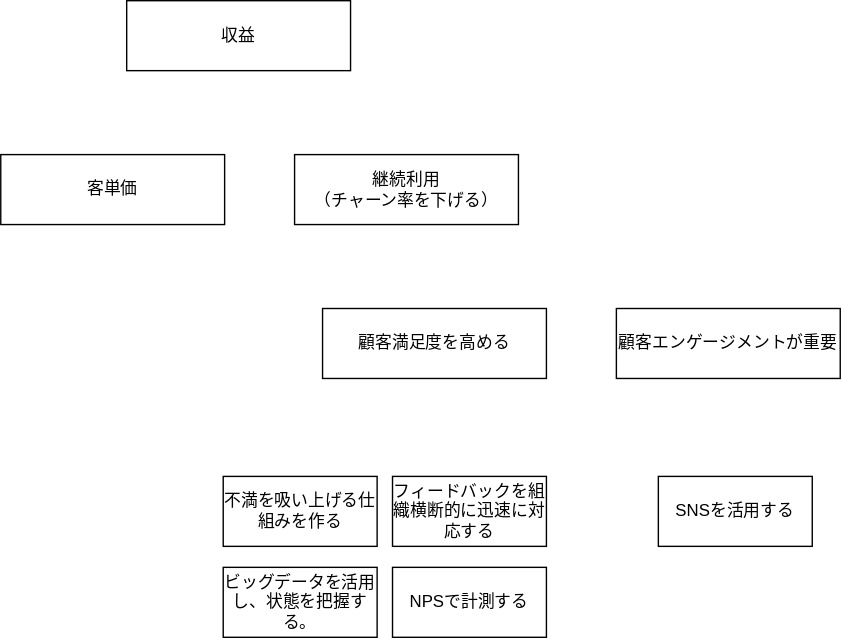
This is marketing/subscriptions/assets/subscription-key-point.drawio.svg from szkrkr/notebook, a draw.io export, as it was before one commit. Source tidied: cells renumbered, new cells last; positions are measured from the earlier drawing's top-left corner, leaving out a move shared by most shapes.
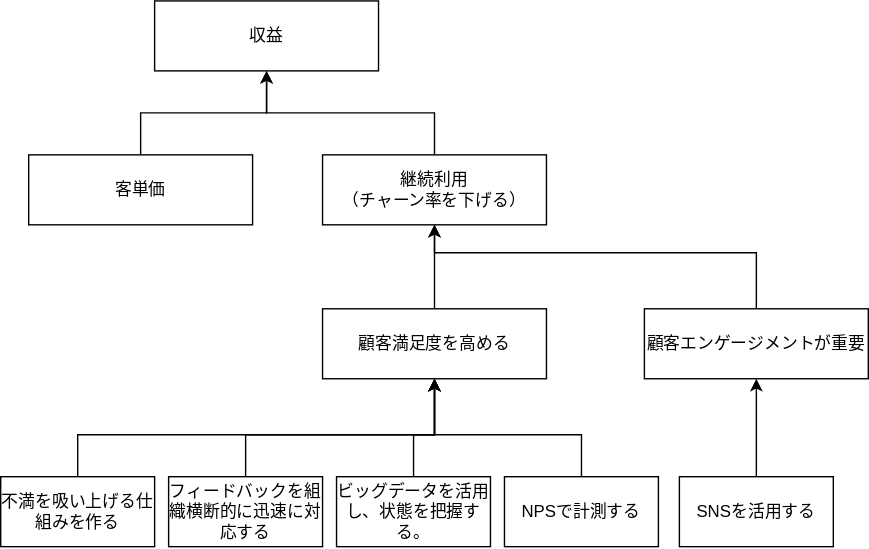
After the change.

Diff of the diagram source:
```diff
@@ -2,33 +2,85 @@
   <root>
     <mxCell id="0" />
     <mxCell id="1" parent="0" />
+    <mxCell id="12" style="edgeStyle=orthogonalEdgeStyle;rounded=0;jettySize=auto;html=1;entryX=0.5;entryY=1;entryDx=0;entryDy=0;" parent="1" edge="1" source="2" target="10">
+      <mxGeometry relative="1" as="geometry" />
+    </mxCell>
     <mxCell id="2" value="継続利用&lt;br&gt;（チャーン率を下げる）" style="rounded=0;whiteSpace=wrap;html=1;" parent="1" vertex="1">
       <mxGeometry x="210" y="110" width="160" height="50" as="geometry" />
     </mxCell>
+    <mxCell id="13" style="edgeStyle=orthogonalEdgeStyle;rounded=0;jettySize=auto;html=1;" parent="1" edge="1" source="3" target="2">
+      <mxGeometry relative="1" as="geometry" />
+    </mxCell>
     <mxCell id="3" value="顧客満足度を高める" style="rounded=0;whiteSpace=wrap;html=1;" parent="1" vertex="1">
-      <mxGeometry x="230" y="220" width="160" height="50" as="geometry" />
+      <mxGeometry x="210" y="220" width="160" height="50" as="geometry" />
     </mxCell>
+    <mxCell id="14" style="edgeStyle=orthogonalEdgeStyle;rounded=0;jettySize=auto;html=1;entryX=0.5;entryY=1;entryDx=0;entryDy=0;" parent="1" edge="1" source="4" target="2">
+      <mxGeometry relative="1" as="geometry">
+        <Array as="points">
+          <mxPoint x="520" y="180" />
+          <mxPoint x="290" y="180" />
+        </Array>
+      </mxGeometry>
+    </mxCell>
     <mxCell id="4" value="顧客エンゲージメントが重要" style="rounded=0;whiteSpace=wrap;html=1;" parent="1" vertex="1">
       <mxGeometry x="440" y="220" width="160" height="50" as="geometry" />
     </mxCell>
+    <mxCell id="15" style="edgeStyle=orthogonalEdgeStyle;rounded=0;jettySize=auto;html=1;" parent="1" edge="1" source="5" target="3">
+      <mxGeometry relative="1" as="geometry">
+        <Array as="points">
+          <mxPoint x="395" y="310" />
+          <mxPoint x="290" y="310" />
+        </Array>
+      </mxGeometry>
+    </mxCell>
     <mxCell id="5" value="NPSで計測する" style="rounded=0;whiteSpace=wrap;html=1;" parent="1" vertex="1">
-      <mxGeometry x="280" y="405" width="110" height="50" as="geometry" />
+      <mxGeometry x="340" y="340" width="110" height="50" as="geometry" />
     </mxCell>
+    <mxCell id="16" style="edgeStyle=orthogonalEdgeStyle;rounded=0;jettySize=auto;html=1;entryX=0.5;entryY=1;entryDx=0;entryDy=0;" parent="1" edge="1" source="6" target="3">
+      <mxGeometry relative="1" as="geometry">
+        <Array as="points">
+          <mxPoint x="35" y="310" />
+          <mxPoint x="290" y="310" />
+        </Array>
+      </mxGeometry>
+    </mxCell>
     <mxCell id="6" value="不満を吸い上げる仕組みを作る" style="rounded=0;whiteSpace=wrap;html=1;" parent="1" vertex="1">
-      <mxGeometry x="159" y="340" width="110" height="50" as="geometry" />
+      <mxGeometry x="-20" y="340" width="110" height="50" as="geometry" />
     </mxCell>
+    <mxCell id="17" style="edgeStyle=orthogonalEdgeStyle;rounded=0;jettySize=auto;html=1;entryX=0.5;entryY=1;entryDx=0;entryDy=0;" parent="1" edge="1" source="7" target="4">
+      <mxGeometry relative="1" as="geometry" />
+    </mxCell>
     <mxCell id="7" value="SNSを活用する" style="rounded=0;whiteSpace=wrap;html=1;" parent="1" vertex="1">
-      <mxGeometry x="470" y="340" width="110" height="50" as="geometry" />
+      <mxGeometry x="465" y="340" width="110" height="50" as="geometry" />
     </mxCell>
+    <mxCell id="18" style="edgeStyle=orthogonalEdgeStyle;rounded=0;jettySize=auto;html=1;entryX=0.5;entryY=1;entryDx=0;entryDy=0;" parent="1" edge="1" source="8" target="3">
+      <mxGeometry relative="1" as="geometry">
+        <Array as="points">
+          <mxPoint x="275" y="310" />
+          <mxPoint x="290" y="310" />
+        </Array>
+      </mxGeometry>
+    </mxCell>
     <mxCell id="8" value="ビッグデータを活用し、状態を把握する。" style="rounded=0;whiteSpace=wrap;html=1;" parent="1" vertex="1">
-      <mxGeometry x="159" y="405" width="110" height="50" as="geometry" />
+      <mxGeometry x="220" y="340" width="110" height="50" as="geometry" />
     </mxCell>
+    <mxCell id="19" style="edgeStyle=orthogonalEdgeStyle;rounded=0;jettySize=auto;html=1;entryX=0.5;entryY=1;entryDx=0;entryDy=0;" parent="1" edge="1" source="9" target="3">
+      <mxGeometry relative="1" as="geometry">
+        <Array as="points">
+          <mxPoint x="155" y="310" />
+          <mxPoint x="290" y="310" />
+        </Array>
+      </mxGeometry>
+    </mxCell>
     <mxCell id="9" value="フィードバックを組織横断的に迅速に対応する" style="rounded=0;whiteSpace=wrap;html=1;" parent="1" vertex="1">
-      <mxGeometry x="280" y="340" width="110" height="50" as="geometry" />
+      <mxGeometry x="100" y="340" width="110" height="50" as="geometry" />
     </mxCell>
     <mxCell id="10" value="収益" style="rounded=0;whiteSpace=wrap;html=1;" parent="1" vertex="1">
       <mxGeometry x="90" width="160" height="50" as="geometry" />
     </mxCell>
+    <mxCell id="20" style="edgeStyle=orthogonalEdgeStyle;rounded=0;jettySize=auto;html=1;entryX=0.5;entryY=1;entryDx=0;entryDy=0;" parent="1" edge="1" source="11" target="10">
+      <mxGeometry relative="1" as="geometry" />
+    </mxCell>
     <mxCell id="11" value="客単価" style="rounded=0;whiteSpace=wrap;html=1;" parent="1" vertex="1">
       <mxGeometry y="110" width="160" height="50" as="geometry" />
     </mxCell>
```
